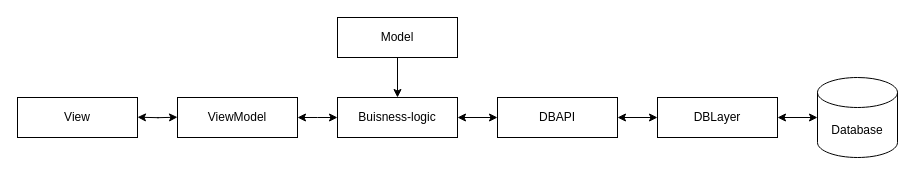
Above: page "Component diagram" (4 of 4) of Diagrams.drawio in Andebugan/Planum (draw.io), before the change. Source tidied: cells renumbered, new cells numbered last; positions are measured from the earlier drawing's top-left corner, leaving out a move shared by most shapes. Both pictures are drawn from the tidied source at 100%, with x=0, y=0 at pixel (17, 17).
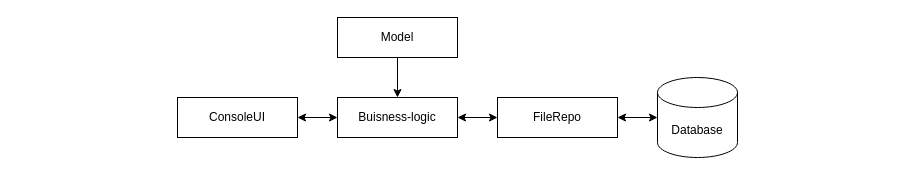
The same diagram, later.

The edit, as a diff of the source:
```diff
@@
 <mxGraphModel>
   <root>
     <mxCell id="0" />
     <mxCell id="1" parent="0" />
-    <mxCell id="2" style="edgeStyle=orthogonalEdgeStyle;rounded=0;jettySize=auto;html=1;entryX=1;entryY=0.5;entryDx=0;entryDy=0;startArrow=classic;startFill=1;endArrow=classic;endFill=1;" parent="1" edge="1" source="3">
-      <mxGeometry relative="1" as="geometry">
-        <mxPoint x="280" y="100" as="targetPoint" />
-      </mxGeometry>
+    <mxCell id="2" style="edgeStyle=orthogonalEdgeStyle;rounded=0;jettySize=auto;html=1;startArrow=classic;startFill=1;endArrow=classic;endFill=1;" parent="1" edge="1" source="3" target="13">
+      <mxGeometry relative="1" as="geometry" />
     </mxCell>
     <mxCell id="3" value="Buisness-logic" style="rounded=0;whiteSpace=wrap;html=1;" parent="1" vertex="1">
       <mxGeometry x="320" y="80" width="120" height="40" as="geometry" />
     </mxCell>
-    <mxCell id="4" style="edgeStyle=orthogonalEdgeStyle;rounded=0;jettySize=auto;html=1;entryX=0;entryY=0.5;entryDx=0;entryDy=0;startArrow=classic;startFill=1;endArrow=classic;endFill=1;" parent="1" edge="1" source="6" target="7">
-      <mxGeometry relative="1" as="geometry" />
-    </mxCell>
-    <mxCell id="5" style="edgeStyle=orthogonalEdgeStyle;rounded=0;jettySize=auto;html=1;entryX=1;entryY=0.5;entryDx=0;entryDy=0;startArrow=classic;startFill=1;endArrow=classic;endFill=1;" parent="1" edge="1" source="6" target="3">
+    <mxCell id="5" style="edgeStyle=orthogonalEdgeStyle;rounded=0;jettySize=auto;html=1;entryX=1;entryY=0.5;entryDx=0;entryDy=0;startArrow=classic;startFill=1;endArrow=classic;endFill=1;" parent="1" edge="1" source="7" target="3">
       <mxGeometry relative="1" as="geometry" />
     </mxCell>
-    <mxCell id="6" value="DBAPI" style="rounded=0;whiteSpace=wrap;html=1;" parent="1" vertex="1">
-      <mxGeometry x="480" y="80" width="120" height="40" as="geometry" />
-    </mxCell>
-    <mxCell id="7" value="DBLayer" style="rounded=0;whiteSpace=wrap;html=1;" parent="1" vertex="1">
-      <mxGeometry x="640" y="80" width="120" height="40" as="geometry" />
+    <mxCell id="7" value="FileRepo" style="rounded=0;whiteSpace=wrap;html=1;" parent="1" vertex="1">
+      <mxGeometry x="480" y="80" width="120" height="40" as="geometry" />
     </mxCell>
     <mxCell id="8" style="edgeStyle=orthogonalEdgeStyle;rounded=0;jettySize=auto;html=1;exitX=0.5;exitY=1;exitDx=0;exitDy=0;entryX=0.5;entryY=0;entryDx=0;entryDy=0;endArrow=classic;endFill=1;" parent="1" edge="1" source="9" target="3">
       <mxGeometry relative="1" as="geometry" />
     </mxCell>
     <mxCell id="9" value="Model" style="rounded=0;whiteSpace=wrap;html=1;" parent="1" vertex="1">
       <mxGeometry x="320" width="120" height="40" as="geometry" />
     </mxCell>
     <mxCell id="10" style="edgeStyle=orthogonalEdgeStyle;rounded=0;jettySize=auto;html=1;exitX=0;exitY=0.5;exitDx=0;exitDy=0;exitPerimeter=0;endArrow=classic;endFill=1;startArrow=classic;startFill=1;" parent="1" edge="1" source="11" target="7">
       <mxGeometry relative="1" as="geometry" />
     </mxCell>
     <mxCell id="11" value="Database" style="shape=cylinder3;whiteSpace=wrap;html=1;boundedLbl=1;backgroundOutline=1;size=15;" parent="1" vertex="1">
-      <mxGeometry x="800" y="60" width="80" height="80" as="geometry" />
+      <mxGeometry x="640" y="60" width="80" height="80" as="geometry" />
     </mxCell>
-    <mxCell id="12" value="ViewModel" style="rounded=0;whiteSpace=wrap;html=1;" parent="1" vertex="1">
-      <mxGeometry x="160" y="80" width="120" height="40" as="geometry" />
-    </mxCell>
-    <mxCell id="13" value="View" style="rounded=0;whiteSpace=wrap;html=1;" parent="1" vertex="1">
-      <mxGeometry y="80" width="120" height="40" as="geometry" />
+    <mxCell id="13" value="ConsoleUI" style="rounded=0;whiteSpace=wrap;html=1;" parent="1" vertex="1">
+      <mxGeometry x="160" y="80" width="120" height="40" as="geometry" />
     </mxCell>
-    <mxCell id="14" style="edgeStyle=orthogonalEdgeStyle;rounded=0;orthogonalLoop=1;jettySize=auto;html=1;startArrow=classic;startFill=1;endArrow=classic;endFill=1;" parent="1" edge="1">
-      <mxGeometry relative="1" as="geometry">
-        <mxPoint x="160" y="99.7" as="sourcePoint" />
-        <mxPoint x="120" y="99.7" as="targetPoint" />
-      </mxGeometry>
-    </mxCell>
   </root>
 </mxGraphModel>
```
